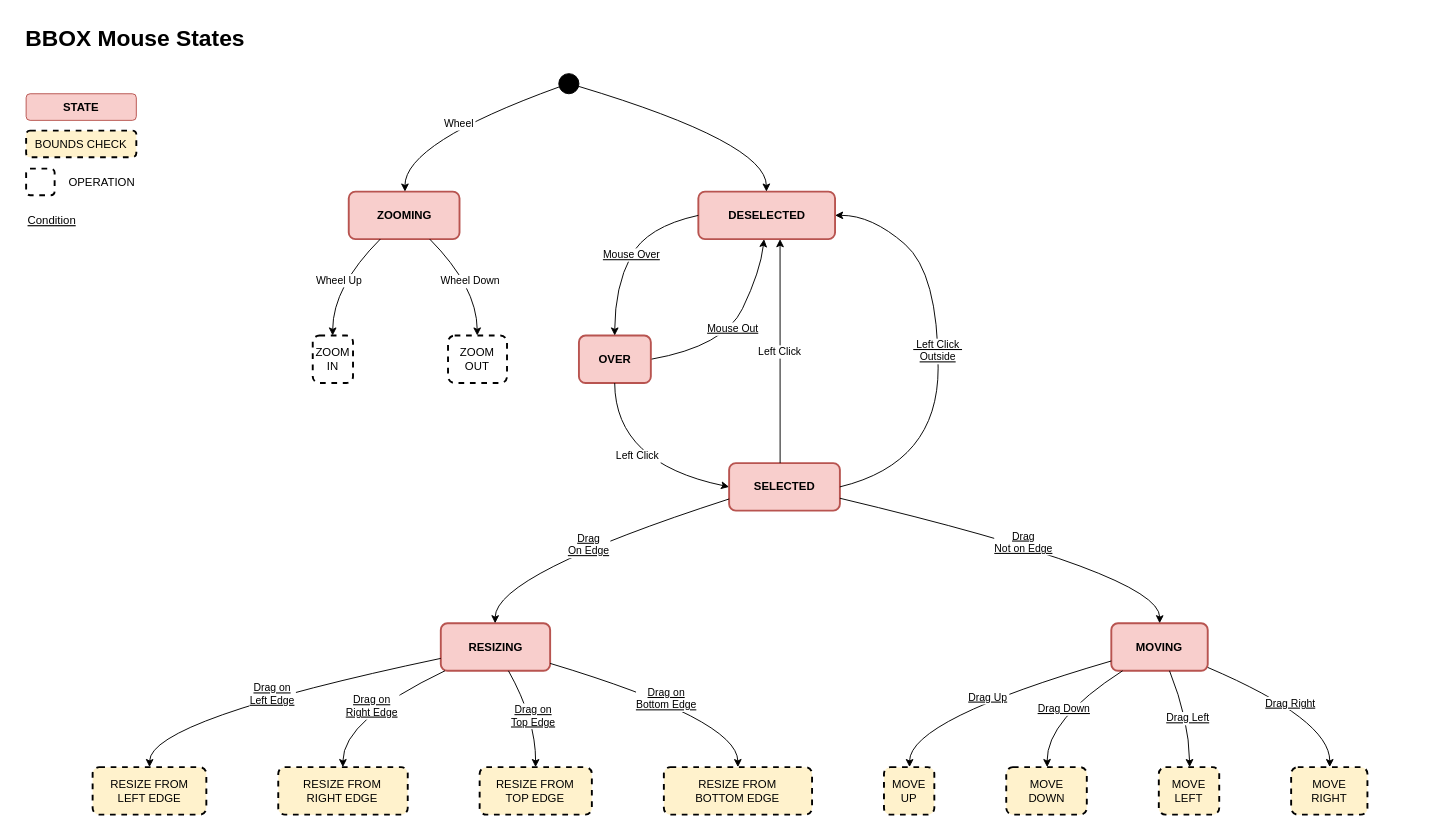
Above: resources/notes/BBOX-state-diag-mouse.drawio in grymmjack/img2ans (draw.io), before the change. Source tidied: cells renumbered, new cells numbered last; positions are measured from the earlier drawing's top-left corner, leaving out a move shared by most shapes. Both pictures are drawn from the tidied source at 95%, with x=0, y=0 at pixel (16, 16).
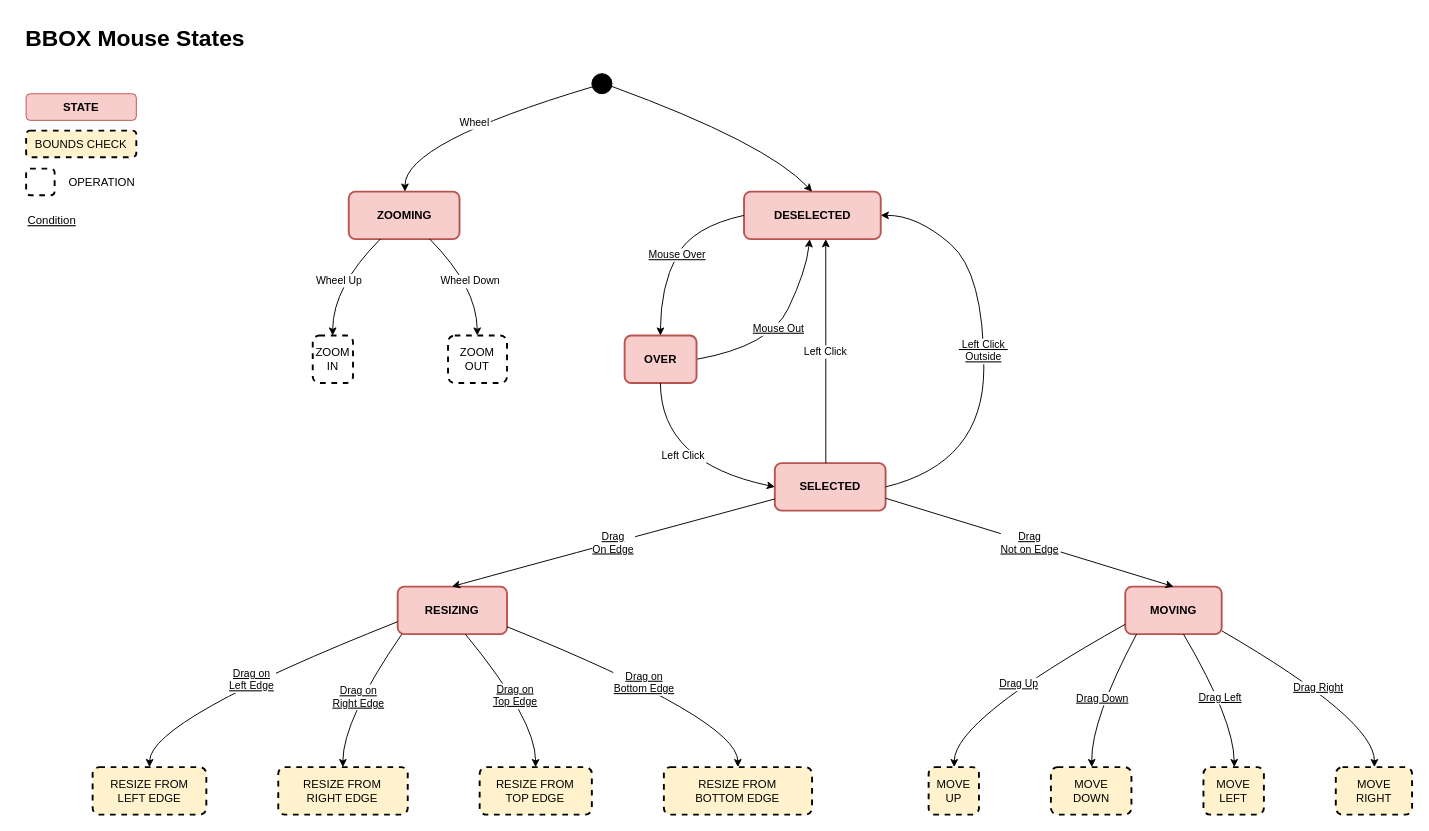
Above is the later version.

Commit message:
Symmetry for the BBOX Mouse states

Unchanged cells that the change refers to:
```xml
<mxCell id="3" style="group;" parent="1" vertex="1">
  <mxGeometry x="80" y="60" width="1341.9" height="780" as="geometry" />
</mxCell>
```

What changed in the source:
```diff
@@
     <mxCell id="4" style="ellipse;fillColor=strokeColor;" parent="3" vertex="1">
-      <mxGeometry x="490.7" width="21.2" height="21.2" as="geometry" />
+      <mxGeometry x="525.5" width="21.2" height="21.2" as="geometry" />
     </mxCell>
@@
     <mxCell id="8" value="DESELECTED" style="rounded=1;absoluteArcSize=1;arcSize=14;whiteSpace=wrap;strokeWidth=2;fillColor=#f8cecc;strokeColor=#b85450;fontStyle=1;" parent="3" vertex="1">
-      <mxGeometry x="637.6" y="124.2" width="143.9" height="50" as="geometry" />
+      <mxGeometry x="685.7" y="124.2" width="143.9" height="50" as="geometry" />
     </mxCell>
     <mxCell id="9" value="Mouse Out" style="edgeStyle=none;startArrow=none;startFill=0;exitX=1;exitY=0.5;exitDx=0;exitDy=0;curved=1;fontStyle=4;" parent="3" edge="1" source="10" target="8">
       <mxGeometry relative="1" as="geometry">
         <Array as="points">
-          <mxPoint x="665" y="287" />
-          <mxPoint x="703" y="208" />
+          <mxPoint x="713.1" y="287" />
+          <mxPoint x="751.1" y="208" />
         </Array>
       </mxGeometry>
     </mxCell>
     <mxCell id="10" value="OVER" style="rounded=1;absoluteArcSize=1;arcSize=14;whiteSpace=wrap;strokeWidth=2;fillColor=#f8cecc;strokeColor=#b85450;fontStyle=1;" parent="3" vertex="1">
-      <mxGeometry x="511.9" y="275.7" width="75.7" height="50" as="geometry" />
+      <mxGeometry x="560" y="275.7" width="75.7" height="50" as="geometry" />
     </mxCell>
     <mxCell id="11" value="SELECTED" style="rounded=1;absoluteArcSize=1;arcSize=14;whiteSpace=wrap;strokeWidth=2;fillColor=#f8cecc;strokeColor=#b85450;fontStyle=1;" parent="3" vertex="1">
-      <mxGeometry x="670" y="410" width="116.6" height="50" as="geometry" />
+      <mxGeometry x="718.1" y="410" width="116.6" height="50" as="geometry" />
     </mxCell>
     <mxCell id="12" value="RESIZING" style="rounded=1;absoluteArcSize=1;arcSize=14;whiteSpace=wrap;strokeWidth=2;fillColor=#f8cecc;strokeColor=#b85450;fontStyle=1;" parent="3" vertex="1">
-      <mxGeometry x="366.5" y="578.6" width="115.1" height="50" as="geometry" />
+      <mxGeometry x="321.1" y="540" width="115.1" height="50" as="geometry" />
     </mxCell>
     <mxCell id="13" value="MOVING" style="rounded=1;absoluteArcSize=1;arcSize=14;whiteSpace=wrap;strokeWidth=2;fillColor=#f8cecc;strokeColor=#b85450;fontStyle=1;" parent="3" vertex="1">
-      <mxGeometry x="1072.3" y="578.6" width="101.5" height="50" as="geometry" />
+      <mxGeometry x="1087" y="540" width="101.5" height="50" as="geometry" />
     </mxCell>
@@
     <mxCell id="18" value="MOVE&#10;UP" style="rounded=1;absoluteArcSize=1;arcSize=14;whiteSpace=wrap;strokeWidth=2;fillColor=#fff2cc;strokeColor=#000000;dashed=1;" parent="3" vertex="1">
-      <mxGeometry x="833" y="730" width="53" height="50" as="geometry" />
+      <mxGeometry x="880" y="730" width="53" height="50" as="geometry" />
     </mxCell>
     <mxCell id="19" value="MOVE&#10;DOWN" style="rounded=1;absoluteArcSize=1;arcSize=14;whiteSpace=wrap;strokeWidth=2;fillColor=#fff2cc;strokeColor=#000000;dashed=1;" parent="3" vertex="1">
-      <mxGeometry x="961.7" y="730" width="84.8" height="50" as="geometry" />
+      <mxGeometry x="1008.7" y="730" width="84.8" height="50" as="geometry" />
     </mxCell>
     <mxCell id="20" value="MOVE&#10;LEFT" style="rounded=1;absoluteArcSize=1;arcSize=14;whiteSpace=wrap;strokeWidth=2;fillColor=#fff2cc;strokeColor=#000000;dashed=1;" parent="3" vertex="1">
-      <mxGeometry x="1122.3" y="730" width="63.6" height="50" as="geometry" />
+      <mxGeometry x="1169.3" y="730" width="63.6" height="50" as="geometry" />
     </mxCell>
     <mxCell id="21" value="MOVE&#10;RIGHT" style="rounded=1;absoluteArcSize=1;arcSize=14;whiteSpace=wrap;strokeWidth=2;fillColor=#fff2cc;strokeColor=#000000;dashed=1;" parent="3" vertex="1">
-      <mxGeometry x="1261.6" y="730" width="80.3" height="50" as="geometry" />
+      <mxGeometry x="1308.6" y="730" width="80.3" height="50" as="geometry" />
     </mxCell>
@@
     <mxCell id="26" value="Mouse Over" style="curved=1;startArrow=none;exitX=0;exitY=0.5;entryX=0.49747657775878906;entryY=-0.006060629179983428;rounded=0;startFill=0;exitDx=0;exitDy=0;fontStyle=4;" parent="3" edge="1" source="8" target="10">
       <mxGeometry relative="1" as="geometry">
         <Array as="points">
-          <mxPoint x="583" y="161" />
-          <mxPoint x="549.8" y="224.2" />
+          <mxPoint x="631.1" y="161" />
+          <mxPoint x="597.9" y="224.2" />
         </Array>
       </mxGeometry>
     </mxCell>
     <mxCell id="27" value="Left Click" style="curved=1;startArrow=none;exitX=0.49747657775878906;exitY=0.9818181124600497;entryX=0;entryY=0.5;rounded=0;entryDx=0;entryDy=0;" parent="3" edge="1" source="10" target="11">
       <mxGeometry x="0.02" y="13" relative="1" as="geometry">
         <Array as="points">
-          <mxPoint x="550" y="410" />
+          <mxPoint x="598.1" y="410" />
         </Array>
       </mxGeometry>
     </mxCell>
@@
     <mxCell id="29" value=" Left Click &#10;Outside" style="curved=1;startArrow=none;exitX=1;exitY=0.5;entryX=1;entryY=0.5;rounded=0;entryDx=0;entryDy=0;labelBorderColor=none;spacing=2;shadow=0;spacingTop=0;spacingBottom=0;exitDx=0;exitDy=0;fontStyle=4;" parent="3" edge="1" source="11" target="8">
       <mxGeometry x="0.03" relative="1" as="geometry">
         <Array as="points">
-          <mxPoint x="890" y="410" />
-          <mxPoint x="890" y="210" />
-          <mxPoint x="820" y="149" />
+          <mxPoint x="938.1" y="410" />
+          <mxPoint x="938.1" y="210" />
+          <mxPoint x="868.1" y="149" />
         </Array>
       </mxGeometry>
     </mxCell>
@@
-    <mxCell id="31" value="Drag&#10;Not on Edge" style="curved=1;startArrow=none;exitX=1.008603913443429;exitY=0.7440274155145826;entryX=0.5011543871751473;entryY=0.006060513583096591;rounded=0;fontStyle=4;" parent="3" edge="1" source="11" target="13">
-      <mxGeometry relative="1" as="geometry">
-        <Array as="points">
-          <mxPoint x="1123.8" y="527.1" />
-        </Array>
-      </mxGeometry>
+    <mxCell id="31" value="Drag&#10;Not on Edge" style="startArrow=none;exitX=1.008603913443429;exitY=0.7440274155145826;entryX=0.5011543871751473;entryY=0.006060513583096591;rounded=0;fontStyle=4;" parent="3" edge="1" source="11" target="13">
+      <mxGeometry relative="1" as="geometry" />
     </mxCell>
@@
     <mxCell id="36" value="Drag Up" style="curved=1;startArrow=none;exitX=0.00423273399694642;exitY=0.7907929406985711;entryX=0.5073214939662388;entryY=0.0121210849646366;rounded=0;fontStyle=4;" parent="3" edge="1" source="13" target="18">
       <mxGeometry relative="1" as="geometry">
         <Array as="points">
-          <mxPoint x="860.3" y="680" />
+          <mxPoint x="907.3" y="680" />
         </Array>
       </mxGeometry>
     </mxCell>
     <mxCell id="37" value="Drag Down" style="curved=1;startArrow=none;exitX=0.12174082657667672;exitY=0.9939392552231298;entryX=0.5079241480146136;entryY=0.0121210849646366;rounded=0;fontStyle=4;" parent="3" edge="1" source="13" target="19">
       <mxGeometry relative="1" as="geometry">
         <Array as="points">
-          <mxPoint x="1004.2" y="680" />
+          <mxPoint x="1051.1" y="680" />
         </Array>
       </mxGeometry>
     </mxCell>
     <mxCell id="38" value="Drag Left" style="curved=1;startArrow=none;exitX=0.6023707986872802;exitY=0.9939392552231298;entryX=0.5100260689145043;entryY=0.0121210849646366;rounded=0;fontStyle=4;" parent="3" edge="1" source="13" target="20">
       <mxGeometry relative="1" as="geometry">
         <Array as="points">
-          <mxPoint x="1154.1" y="680" />
+          <mxPoint x="1201.1" y="680" />
         </Array>
       </mxGeometry>
     </mxCell>
     <mxCell id="39" value="Drag Right" style="curved=1;startArrow=none;exitX=0.998076040353348;exitY=0.9275657353729712;entryX=0.5055719411598062;entryY=0.0121210849646366;rounded=0;fontStyle=4;" parent="3" edge="1" source="13" target="21">
       <mxGeometry relative="1" as="geometry">
         <Array as="points">
-          <mxPoint x="1302.5" y="680" />
+          <mxPoint x="1349.5" y="680" />
         </Array>
       </mxGeometry>
     </mxCell>
```
